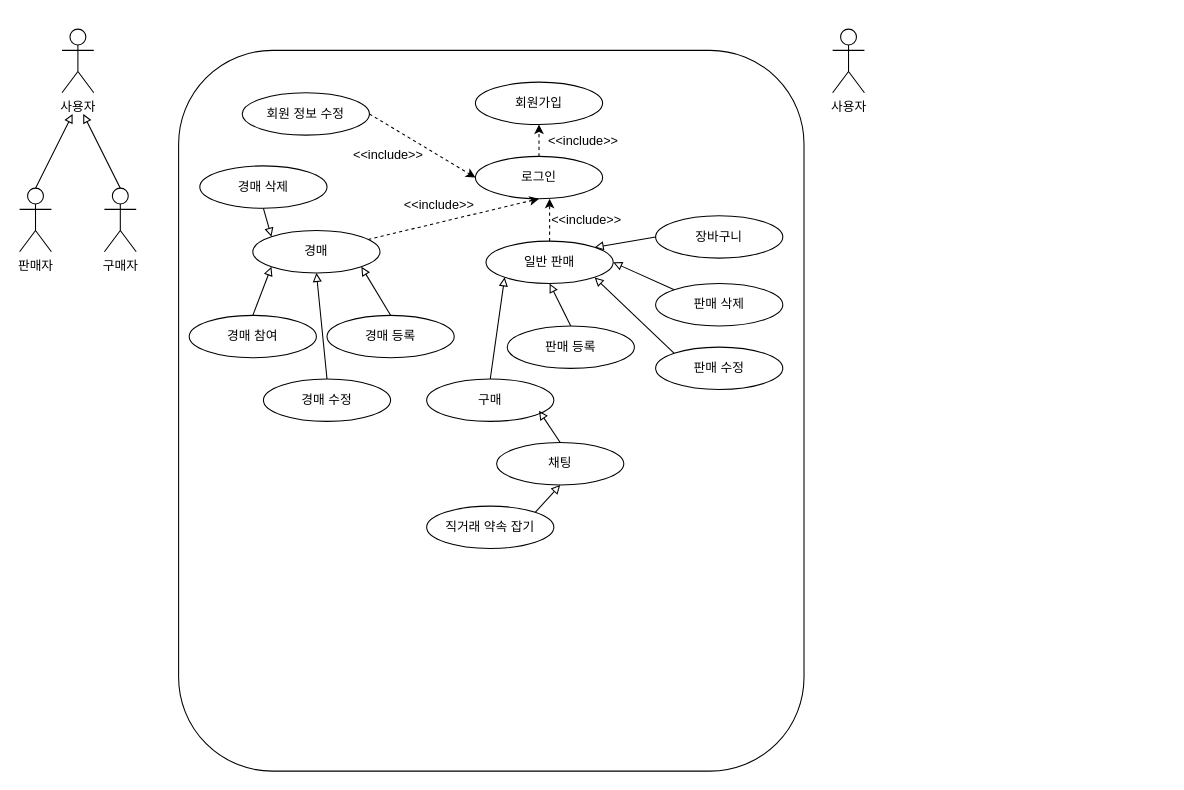
This is Untitled Diagram.drawio from sseunghye-lee/DongOGong-Market, a draw.io file, before an edit. Source tidied: cells renumbered, new cells numbered last; positions are measured from the earlier drawing's top-left corner, leaving out a move shared by most shapes. Both pictures are drawn from the tidied source at 106%, with x=0, y=0 at pixel (19, 29).
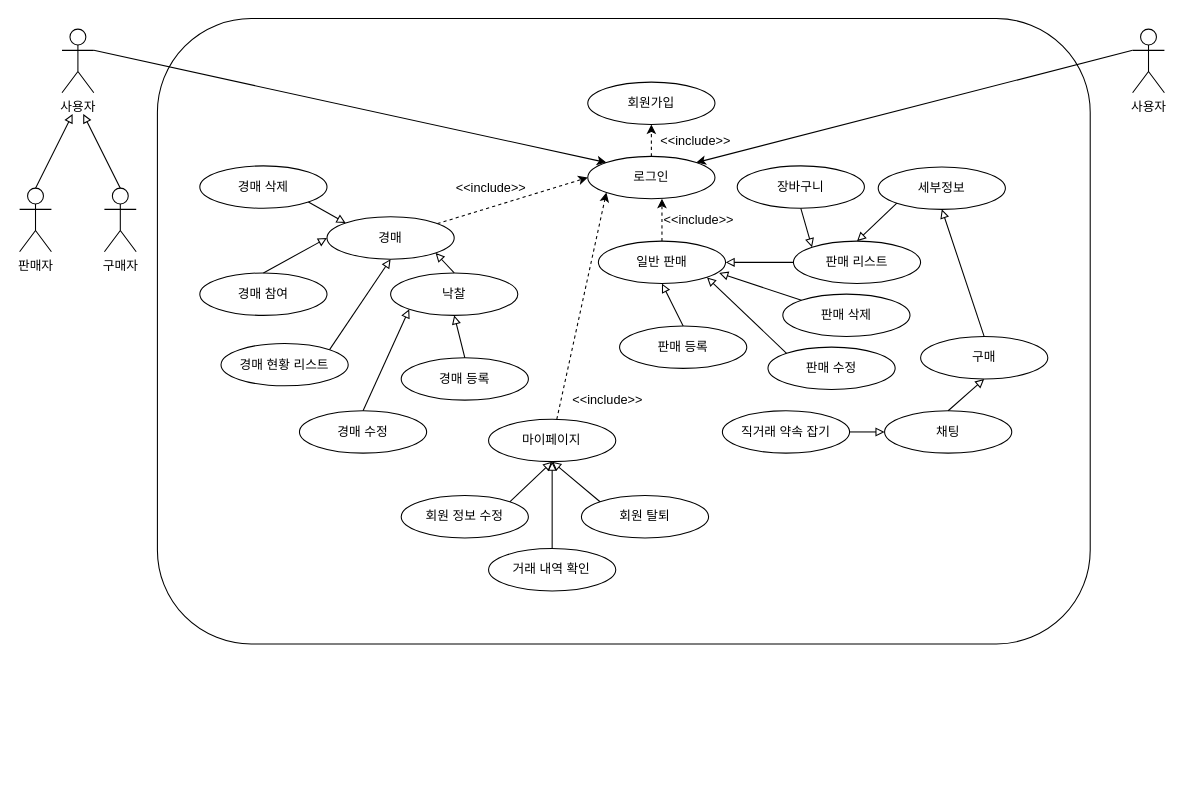
Above is the later version.

Unchanged cells that the change refers to:
```xml
<mxCell id="3" value="사용자" style="shape=umlActor;verticalLabelPosition=bottom;verticalAlign=top;html=1;outlineConnect=0;" parent="1" vertex="1">
  <mxGeometry x="40" width="30" height="60" as="geometry" />
</mxCell>
<mxCell id="36" value="경매 삭제" style="ellipse;whiteSpace=wrap;html=1;" parent="1" vertex="1">
  <mxGeometry x="170" y="129" width="120" height="40" as="geometry" />
</mxCell>
```

The edit, as a diff of the source:
```diff
@@
     <mxCell id="2" value="사용자" style="shape=umlActor;verticalLabelPosition=bottom;verticalAlign=top;html=1;outlineConnect=0;" parent="1" vertex="1">
-      <mxGeometry x="767" width="30" height="60" as="geometry" />
+      <mxGeometry x="1050" width="30" height="60" as="geometry" />
     </mxCell>
@@
-    <mxCell id="4" style="rounded=1;whiteSpace=wrap;html=1;" parent="1" vertex="1">
-      <mxGeometry x="150" y="20" width="590" height="680" as="geometry" />
-    </mxCell>
+    <mxCell id="19" value="판매자" style="shape=umlActor;verticalLabelPosition=bottom;verticalAlign=top;html=1;outlineConnect=0;" parent="1" vertex="1">
+      <mxGeometry y="150" width="30" height="60" as="geometry" />
+    </mxCell>
+    <mxCell id="20" value="구매자" style="shape=umlActor;verticalLabelPosition=bottom;verticalAlign=top;html=1;outlineConnect=0;" parent="1" vertex="1">
+      <mxGeometry x="80" y="150" width="30" height="60" as="geometry" />
+    </mxCell>
+    <mxCell id="21" style="endArrow=block;html=1;endFill=0;exitX=0.5;exitY=0;exitDx=0;exitDy=0;exitPerimeter=0;" parent="1" edge="1" source="19">
+      <mxGeometry relative="1" as="geometry">
+        <mxPoint x="50" y="80" as="targetPoint" />
+      </mxGeometry>
+    </mxCell>
+    <mxCell id="22" style="endArrow=block;html=1;endFill=0;exitX=0.5;exitY=0;exitDx=0;exitDy=0;exitPerimeter=0;" parent="1" edge="1" source="20">
+      <mxGeometry relative="1" as="geometry">
+        <mxPoint x="60" y="80" as="targetPoint" />
+      </mxGeometry>
+    </mxCell>
+    <mxCell id="44" style="rounded=1;whiteSpace=wrap;html=1;" parent="1" vertex="1">
+      <mxGeometry x="130" y="-10" width="880" height="590" as="geometry" />
+    </mxCell>
     <mxCell id="5" value="로그인" style="ellipse;whiteSpace=wrap;html=1;" parent="1" vertex="1">
-      <mxGeometry x="430" y="120" width="120" height="40" as="geometry" />
+      <mxGeometry x="536" y="120" width="120" height="40" as="geometry" />
     </mxCell>
     <mxCell id="6" value="회원가입" style="ellipse;whiteSpace=wrap;html=1;" parent="1" vertex="1">
-      <mxGeometry x="430" y="50" width="120" height="40" as="geometry" />
+      <mxGeometry x="536" y="50" width="120" height="40" as="geometry" />
     </mxCell>
     <mxCell id="7" value="회원 정보 수정" style="ellipse;whiteSpace=wrap;html=1;" parent="1" vertex="1">
-      <mxGeometry x="210" y="60" width="120" height="40" as="geometry" />
+      <mxGeometry x="360" y="440" width="120" height="40" as="geometry" />
     </mxCell>
-    <mxCell id="8" style="endArrow=classic;html=1;entryX=0;entryY=0.5;entryDx=0;entryDy=0;exitX=1;exitY=0.5;exitDx=0;exitDy=0;dashed=1;" parent="1" edge="1" source="7" target="5">
-      <mxGeometry relative="1" as="geometry" />
-    </mxCell>
@@
-    <mxCell id="10" value="&amp;lt;&amp;lt;include&amp;gt;&amp;gt;" style="text;html=1;strokeColor=none;fillColor=none;align=center;verticalAlign=middle;whiteSpace=wrap;rounded=0;" parent="1" vertex="1">
-      <mxGeometry x="323" y="109" width="50" height="20" as="geometry" />
-    </mxCell>
-    <mxCell id="11" value="&amp;lt;&amp;lt;include&amp;gt;&amp;gt;" style="text;html=1;strokeColor=none;fillColor=none;align=center;verticalAlign=middle;whiteSpace=wrap;rounded=0;" parent="1" vertex="1">
-      <mxGeometry x="507" y="96" width="50" height="20" as="geometry" />
-    </mxCell>
+    <mxCell id="45" value="&amp;lt;&amp;lt;include&amp;gt;&amp;gt;" style="text;html=1;strokeColor=none;fillColor=none;align=center;verticalAlign=middle;whiteSpace=wrap;rounded=0;" parent="1" vertex="1">
+      <mxGeometry x="613" y="96" width="50" height="20" as="geometry" />
+    </mxCell>
     <mxCell id="12" value="경매" style="ellipse;whiteSpace=wrap;html=1;" parent="1" vertex="1">
-      <mxGeometry x="220" y="190" width="120" height="40" as="geometry" />
+      <mxGeometry x="290" y="177" width="120" height="40" as="geometry" />
     </mxCell>
     <mxCell id="13" value="경매 참여" style="ellipse;whiteSpace=wrap;html=1;" parent="1" vertex="1">
-      <mxGeometry x="160" y="270" width="120" height="40" as="geometry" />
+      <mxGeometry x="170" y="230" width="120" height="40" as="geometry" />
     </mxCell>
     <mxCell id="14" value="경매 등록" style="ellipse;whiteSpace=wrap;html=1;" parent="1" vertex="1">
-      <mxGeometry x="290" y="270" width="120" height="40" as="geometry" />
+      <mxGeometry x="360" y="310" width="120" height="40" as="geometry" />
     </mxCell>
     <mxCell id="15" value="경매 수정&lt;span style=&quot;color: rgba(0 , 0 , 0 , 0) ; font-family: monospace ; font-size: 0px&quot;&gt;3CmxGraphModel%3E%3Croot%3E%3CmxCell%20id%3D%220%22%2F%3E%3CmxCell%20id%3D%221%22%20parent%3D%220%22%2F%3E%3CmxCell%20id%3D%222%22%20value%3D%22%EA%B2%BD%EB%A7%A4%22%20style%3D%22ellipse%3BwhiteSpace%3Dwrap%3Bhtml%3D1%3B%22%20vertex%3D%221%22%20parent%3D%221%22%3E%3CmxGeometry%20x%3D%22240%22%20y%3D%22240%22%20width%3D%22120%22%20height%3D%2240%22%20as%3D%22geometry%22%2F%3E%3C%2FmxCell%3E%3C%2Froot%3E%3C%2FmxGraphModel%3E&lt;/span&gt;" style="ellipse;whiteSpace=wrap;html=1;" parent="1" vertex="1">
-      <mxGeometry x="230" y="330" width="120" height="40" as="geometry" />
+      <mxGeometry x="264" y="360" width="120" height="40" as="geometry" />
     </mxCell>
-    <mxCell id="16" style="endArrow=block;html=1;exitX=0.5;exitY=0;exitDx=0;exitDy=0;endFill=0;entryX=0;entryY=1;entryDx=0;entryDy=0;" parent="1" edge="1" source="13" target="12">
+    <mxCell id="16" style="endArrow=block;html=1;exitX=0.5;exitY=0;exitDx=0;exitDy=0;endFill=0;entryX=0;entryY=0.5;entryDx=0;entryDy=0;" parent="1" edge="1" source="13" target="12">
       <mxGeometry relative="1" as="geometry" />
     </mxCell>
-    <mxCell id="17" style="endArrow=block;html=1;exitX=0.5;exitY=0;exitDx=0;exitDy=0;entryX=0.5;entryY=1;entryDx=0;entryDy=0;endFill=0;" parent="1" edge="1" source="15" target="12">
-      <mxGeometry relative="1" as="geometry" />
-    </mxCell>
-    <mxCell id="18" style="endArrow=block;html=1;exitX=0.5;exitY=0;exitDx=0;exitDy=0;endFill=0;entryX=1;entryY=1;entryDx=0;entryDy=0;" parent="1" edge="1" source="14" target="12">
-      <mxGeometry relative="1" as="geometry" />
-    </mxCell>
-    <mxCell id="19" value="판매자" style="shape=umlActor;verticalLabelPosition=bottom;verticalAlign=top;html=1;outlineConnect=0;" parent="1" vertex="1">
-      <mxGeometry y="150" width="30" height="60" as="geometry" />
-    </mxCell>
-    <mxCell id="20" value="구매자" style="shape=umlActor;verticalLabelPosition=bottom;verticalAlign=top;html=1;outlineConnect=0;" parent="1" vertex="1">
-      <mxGeometry x="80" y="150" width="30" height="60" as="geometry" />
-    </mxCell>
-    <mxCell id="21" style="endArrow=block;html=1;endFill=0;exitX=0.5;exitY=0;exitDx=0;exitDy=0;exitPerimeter=0;" parent="1" edge="1" source="19">
-      <mxGeometry relative="1" as="geometry">
-        <mxPoint x="50" y="80" as="targetPoint" />
-      </mxGeometry>
-    </mxCell>
-    <mxCell id="22" style="endArrow=block;html=1;endFill=0;exitX=0.5;exitY=0;exitDx=0;exitDy=0;exitPerimeter=0;" parent="1" edge="1" source="20">
-      <mxGeometry relative="1" as="geometry">
-        <mxPoint x="60" y="80" as="targetPoint" />
-      </mxGeometry>
-    </mxCell>
+    <mxCell id="46" style="endArrow=block;html=1;exitX=0.5;exitY=0;exitDx=0;exitDy=0;entryX=0;entryY=1;entryDx=0;entryDy=0;endFill=0;" parent="1" edge="1" source="15" target="55">
+      <mxGeometry relative="1" as="geometry" />
+    </mxCell>
+    <mxCell id="47" style="endArrow=block;html=1;exitX=0.5;exitY=0;exitDx=0;exitDy=0;endFill=0;entryX=0.5;entryY=1;entryDx=0;entryDy=0;" parent="1" edge="1" source="14" target="55">
+      <mxGeometry relative="1" as="geometry" />
+    </mxCell>
     <mxCell id="23" value="일반 판매" style="ellipse;whiteSpace=wrap;html=1;" parent="1" vertex="1">
-      <mxGeometry x="440" y="200" width="120" height="40" as="geometry" />
+      <mxGeometry x="546" y="200" width="120" height="40" as="geometry" />
     </mxCell>
-    <mxCell id="24" style="endArrow=classic;html=1;entryX=0.5;entryY=1;entryDx=0;entryDy=0;dashed=1;" parent="1" edge="1" source="12" target="5">
+    <mxCell id="24" style="endArrow=classic;html=1;entryX=0;entryY=0.5;entryDx=0;entryDy=0;dashed=1;" parent="1" edge="1" source="12" target="5">
       <mxGeometry relative="1" as="geometry" />
     </mxCell>
-    <mxCell id="25" style="endArrow=classic;html=1;dashed=1;exitX=0.5;exitY=0;exitDx=0;exitDy=0;" parent="1" edge="1" source="23">
-      <mxGeometry relative="1" as="geometry">
-        <mxPoint x="500" y="160" as="targetPoint" />
-      </mxGeometry>
-    </mxCell>
-    <mxCell id="26" value="&amp;lt;&amp;lt;include&amp;gt;&amp;gt;" style="text;html=1;strokeColor=none;fillColor=none;align=center;verticalAlign=middle;whiteSpace=wrap;rounded=0;" parent="1" vertex="1">
-      <mxGeometry x="510" y="170" width="50" height="20" as="geometry" />
-    </mxCell>
-    <mxCell id="27" value="&amp;lt;&amp;lt;include&amp;gt;&amp;gt;" style="text;html=1;strokeColor=none;fillColor=none;align=center;verticalAlign=middle;whiteSpace=wrap;rounded=0;" parent="1" vertex="1">
-      <mxGeometry x="371" y="156" width="50" height="20" as="geometry" />
-    </mxCell>
+    <mxCell id="48" style="endArrow=classic;html=1;dashed=1;exitX=0.5;exitY=0;exitDx=0;exitDy=0;" parent="1" edge="1" source="23">
+      <mxGeometry relative="1" as="geometry">
+        <mxPoint x="606" y="160" as="targetPoint" />
+      </mxGeometry>
+    </mxCell>
+    <mxCell id="49" value="&amp;lt;&amp;lt;include&amp;gt;&amp;gt;" style="text;html=1;strokeColor=none;fillColor=none;align=center;verticalAlign=middle;whiteSpace=wrap;rounded=0;" parent="1" vertex="1">
+      <mxGeometry x="616" y="170" width="50" height="20" as="geometry" />
+    </mxCell>
+    <mxCell id="50" value="&amp;lt;&amp;lt;include&amp;gt;&amp;gt;" style="text;html=1;strokeColor=none;fillColor=none;align=center;verticalAlign=middle;whiteSpace=wrap;rounded=0;" parent="1" vertex="1">
+      <mxGeometry x="420" y="140" width="50" height="20" as="geometry" />
+    </mxCell>
     <mxCell id="28" value="판매 등록" style="ellipse;whiteSpace=wrap;html=1;" parent="1" vertex="1">
-      <mxGeometry x="460" y="280" width="120" height="40" as="geometry" />
+      <mxGeometry x="566" y="280" width="120" height="40" as="geometry" />
     </mxCell>
@@
     <mxCell id="30" value="구매" style="ellipse;whiteSpace=wrap;html=1;" parent="1" vertex="1">
-      <mxGeometry x="384" y="330" width="120" height="40" as="geometry" />
+      <mxGeometry x="850" y="290" width="120" height="40" as="geometry" />
     </mxCell>
-    <mxCell id="31" style="endArrow=block;html=1;exitX=0.5;exitY=0;exitDx=0;exitDy=0;endFill=0;entryX=0;entryY=1;entryDx=0;entryDy=0;" parent="1" edge="1" source="30" target="23">
-      <mxGeometry relative="1" as="geometry" />
-    </mxCell>
+    <mxCell id="51" style="endArrow=block;html=1;exitX=0.5;exitY=0;exitDx=0;exitDy=0;endFill=0;entryX=0.5;entryY=1;entryDx=0;entryDy=0;" parent="1" edge="1" source="30" target="61">
+      <mxGeometry relative="1" as="geometry" />
+    </mxCell>
     <mxCell id="32" value="채팅" style="ellipse;whiteSpace=wrap;html=1;" parent="1" vertex="1">
-      <mxGeometry x="450" y="390" width="120" height="40" as="geometry" />
+      <mxGeometry x="816" y="360" width="120" height="40" as="geometry" />
     </mxCell>
-    <mxCell id="33" style="endArrow=block;html=1;exitX=0.5;exitY=0;exitDx=0;exitDy=0;endFill=0;entryX=0.5;entryY=1;entryDx=0;entryDy=0;" parent="1" edge="1" source="32">
-      <mxGeometry relative="1" as="geometry">
-        <mxPoint x="490" y="360" as="targetPoint" />
-      </mxGeometry>
-    </mxCell>
+    <mxCell id="52" style="endArrow=block;html=1;exitX=0.5;exitY=0;exitDx=0;exitDy=0;endFill=0;entryX=0.5;entryY=1;entryDx=0;entryDy=0;" parent="1" edge="1" source="32" target="30">
+      <mxGeometry relative="1" as="geometry" />
+    </mxCell>
     <mxCell id="34" value="판매 수정" style="ellipse;whiteSpace=wrap;html=1;" parent="1" vertex="1">
-      <mxGeometry x="600" y="300" width="120" height="40" as="geometry" />
+      <mxGeometry x="706" y="300" width="120" height="40" as="geometry" />
     </mxCell>
@@
-    <mxCell id="37" style="endArrow=block;html=1;exitX=0.5;exitY=1;exitDx=0;exitDy=0;endFill=0;entryX=0;entryY=0;entryDx=0;entryDy=0;" parent="1" edge="1" source="36" target="12">
+    <mxCell id="37" style="endArrow=block;html=1;exitX=1;exitY=1;exitDx=0;exitDy=0;endFill=0;entryX=0;entryY=0;entryDx=0;entryDy=0;" parent="1" edge="1" source="36" target="12">
       <mxGeometry relative="1" as="geometry" />
     </mxCell>
     <mxCell id="38" value="판매 삭제" style="ellipse;whiteSpace=wrap;html=1;" parent="1" vertex="1">
-      <mxGeometry x="600" y="240" width="120" height="40" as="geometry" />
+      <mxGeometry x="720" y="250" width="120" height="40" as="geometry" />
     </mxCell>
-    <mxCell id="39" style="endArrow=block;html=1;exitX=0;exitY=0;exitDx=0;exitDy=0;endFill=0;" parent="1" edge="1" source="38">
-      <mxGeometry relative="1" as="geometry">
-        <mxPoint x="560" y="220" as="targetPoint" />
-      </mxGeometry>
-    </mxCell>
+    <mxCell id="53" style="endArrow=block;html=1;exitX=0;exitY=0;exitDx=0;exitDy=0;endFill=0;" parent="1" edge="1" source="38">
+      <mxGeometry relative="1" as="geometry">
+        <mxPoint x="660" y="230" as="targetPoint" />
+      </mxGeometry>
+    </mxCell>
     <mxCell id="40" value="장바구니" style="ellipse;whiteSpace=wrap;html=1;" parent="1" vertex="1">
-      <mxGeometry x="600" y="176" width="120" height="40" as="geometry" />
+      <mxGeometry x="677" y="129" width="120" height="40" as="geometry" />
     </mxCell>
-    <mxCell id="41" style="endArrow=block;html=1;exitX=0;exitY=0.5;exitDx=0;exitDy=0;endFill=0;entryX=1;entryY=0;entryDx=0;entryDy=0;" parent="1" edge="1" source="40" target="23">
-      <mxGeometry relative="1" as="geometry" />
-    </mxCell>
+    <mxCell id="54" style="endArrow=block;html=1;exitX=0.5;exitY=1;exitDx=0;exitDy=0;endFill=0;entryX=0;entryY=0;entryDx=0;entryDy=0;" parent="1" edge="1" source="40" target="59">
+      <mxGeometry relative="1" as="geometry" />
+    </mxCell>
     <mxCell id="42" value="직거래 약속 잡기" style="ellipse;whiteSpace=wrap;html=1;" parent="1" vertex="1">
-      <mxGeometry x="384" y="450" width="120" height="40" as="geometry" />
+      <mxGeometry x="663" y="360" width="120" height="40" as="geometry" />
     </mxCell>
-    <mxCell id="43" style="endArrow=block;html=1;exitX=1;exitY=0;exitDx=0;exitDy=0;endFill=0;entryX=0.5;entryY=1;entryDx=0;entryDy=0;" parent="1" edge="1" source="42" target="32">
+    <mxCell id="43" style="endArrow=block;html=1;exitX=1;exitY=0.5;exitDx=0;exitDy=0;endFill=0;entryX=0;entryY=0.5;entryDx=0;entryDy=0;" parent="1" edge="1" source="42" target="32">
       <mxGeometry relative="1" as="geometry" />
     </mxCell>
+    <mxCell id="55" value="낙찰" style="ellipse;whiteSpace=wrap;html=1;" parent="1" vertex="1">
+      <mxGeometry x="350" y="230" width="120" height="40" as="geometry" />
+    </mxCell>
+    <mxCell id="56" style="endArrow=block;html=1;exitX=0.5;exitY=0;exitDx=0;exitDy=0;endFill=0;entryX=1;entryY=1;entryDx=0;entryDy=0;" parent="1" edge="1" source="55" target="12">
+      <mxGeometry relative="1" as="geometry" />
+    </mxCell>
+    <mxCell id="57" value="경매 현황 리스트" style="ellipse;whiteSpace=wrap;html=1;" parent="1" vertex="1">
+      <mxGeometry x="190" y="296.5" width="120" height="40" as="geometry" />
+    </mxCell>
+    <mxCell id="58" style="endArrow=block;html=1;exitX=1;exitY=0;exitDx=0;exitDy=0;endFill=0;entryX=0.5;entryY=1;entryDx=0;entryDy=0;" parent="1" edge="1" source="57" target="12">
+      <mxGeometry relative="1" as="geometry" />
+    </mxCell>
+    <mxCell id="59" value="판매 리스트" style="ellipse;whiteSpace=wrap;html=1;" parent="1" vertex="1">
+      <mxGeometry x="730" y="200" width="120" height="40" as="geometry" />
+    </mxCell>
+    <mxCell id="60" style="endArrow=block;html=1;exitX=0;exitY=0.5;exitDx=0;exitDy=0;endFill=0;entryX=1;entryY=0.5;entryDx=0;entryDy=0;" parent="1" edge="1" source="59" target="23">
+      <mxGeometry relative="1" as="geometry" />
+    </mxCell>
+    <mxCell id="61" value="세부정보" style="ellipse;whiteSpace=wrap;html=1;" parent="1" vertex="1">
+      <mxGeometry x="810" y="130" width="120" height="40" as="geometry" />
+    </mxCell>
+    <mxCell id="62" style="endArrow=block;html=1;exitX=0;exitY=1;exitDx=0;exitDy=0;endFill=0;entryX=0.5;entryY=0;entryDx=0;entryDy=0;" parent="1" edge="1" source="61" target="59">
+      <mxGeometry relative="1" as="geometry" />
+    </mxCell>
+    <mxCell id="63" value="마이페이지" style="ellipse;whiteSpace=wrap;html=1;" parent="1" vertex="1">
+      <mxGeometry x="442.4" y="368" width="120" height="40" as="geometry" />
+    </mxCell>
+    <mxCell id="64" style="endArrow=classic;html=1;entryX=0;entryY=1;entryDx=0;entryDy=0;dashed=1;" parent="1" edge="1" source="63" target="5">
+      <mxGeometry relative="1" as="geometry" />
+    </mxCell>
+    <mxCell id="65" value="&amp;lt;&amp;lt;include&amp;gt;&amp;gt;" style="text;html=1;strokeColor=none;fillColor=none;align=center;verticalAlign=middle;whiteSpace=wrap;rounded=0;" parent="1" vertex="1">
+      <mxGeometry x="530" y="340" width="50" height="20" as="geometry" />
+    </mxCell>
+    <mxCell id="66" style="endArrow=block;html=1;exitX=1;exitY=0;exitDx=0;exitDy=0;endFill=0;entryX=0.5;entryY=1;entryDx=0;entryDy=0;" parent="1" edge="1" source="7" target="63">
+      <mxGeometry relative="1" as="geometry" />
+    </mxCell>
+    <mxCell id="67" value="거래 내역 확인" style="ellipse;whiteSpace=wrap;html=1;" parent="1" vertex="1">
+      <mxGeometry x="442.4" y="490" width="120" height="40" as="geometry" />
+    </mxCell>
+    <mxCell id="68" style="endArrow=block;html=1;exitX=0.5;exitY=0;exitDx=0;exitDy=0;endFill=0;entryX=0.5;entryY=1;entryDx=0;entryDy=0;" parent="1" edge="1" source="67" target="63">
+      <mxGeometry relative="1" as="geometry" />
+    </mxCell>
+    <mxCell id="69" value="회원 탈퇴" style="ellipse;whiteSpace=wrap;html=1;" parent="1" vertex="1">
+      <mxGeometry x="530" y="440" width="120" height="40" as="geometry" />
+    </mxCell>
+    <mxCell id="70" style="endArrow=block;html=1;exitX=0;exitY=0;exitDx=0;exitDy=0;endFill=0;entryX=0.5;entryY=1;entryDx=0;entryDy=0;" parent="1" edge="1" source="69" target="63">
+      <mxGeometry relative="1" as="geometry" />
+    </mxCell>
+    <mxCell id="71" style="endArrow=classic;html=1;exitX=1;exitY=0.3333333333333333;exitDx=0;exitDy=0;exitPerimeter=0;entryX=0;entryY=0;entryDx=0;entryDy=0;" parent="1" edge="1" source="3" target="5">
+      <mxGeometry relative="1" as="geometry" />
+    </mxCell>
+    <mxCell id="72" style="endArrow=classic;html=1;exitX=0;exitY=0.3333333333333333;exitDx=0;exitDy=0;exitPerimeter=0;entryX=1;entryY=0;entryDx=0;entryDy=0;" parent="1" edge="1" source="2" target="5">
+      <mxGeometry relative="1" as="geometry" />
+    </mxCell>
```
